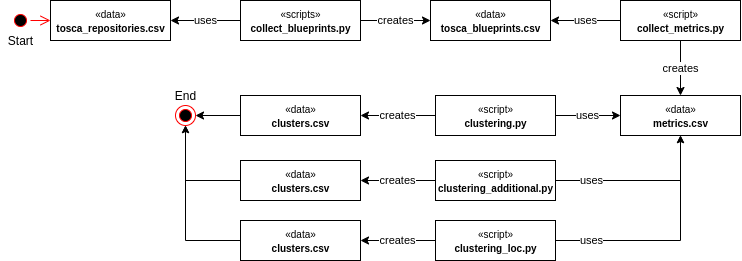
The draw.io diagram pipeline.png in jade-lab/tosca-smells, before a commit. Source tidied: cells renumbered, new cells last; positions are measured from the earlier drawing's top-left corner, leaving out a move shared by most shapes.
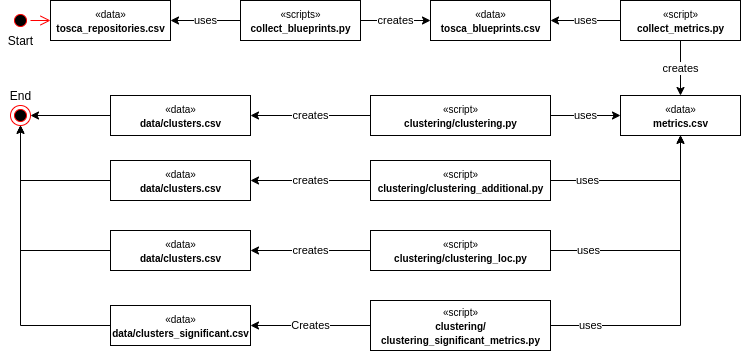
Later version of the same file.

The edit, as a diff of the source:
```diff
@@ -14,8 +14,8 @@
     <mxCell id="5" style="edgeStyle=none;rounded=0;jettySize=auto;html=1;entryX=1;entryY=0.5;entryDx=0;entryDy=0;" parent="1" edge="1" source="6" target="18">
       <mxGeometry relative="1" as="geometry" />
     </mxCell>
-    <mxCell id="6" value="&lt;font style=&quot;font-size: 10px&quot;&gt;«data»&lt;br&gt;&lt;b&gt;clusters.csv&lt;/b&gt;&lt;/font&gt;" style="html=1;" parent="1" vertex="1">
-      <mxGeometry x="240" y="95" width="120" height="40" as="geometry" />
+    <mxCell id="6" value="&lt;font style=&quot;font-size: 10px&quot;&gt;«data»&lt;br&gt;&lt;b&gt;data/clusters.csv&lt;/b&gt;&lt;/font&gt;" style="html=1;" parent="1" vertex="1">
+      <mxGeometry x="110" y="95" width="140" height="40" as="geometry" />
     </mxCell>
     <mxCell id="7" value="uses" style="edgeStyle=none;rounded=0;jettySize=auto;html=1;entryX=1;entryY=0.5;entryDx=0;entryDy=0;" parent="1" edge="1" source="9" target="2">
       <mxGeometry relative="1" as="geometry" />
@@ -41,8 +41,8 @@
     <mxCell id="14" value="creates" style="edgeStyle=none;rounded=0;jettySize=auto;html=1;entryX=1;entryY=0.5;entryDx=0;entryDy=0;" parent="1" edge="1" source="15" target="6">
       <mxGeometry relative="1" as="geometry" />
     </mxCell>
-    <mxCell id="15" value="&lt;font style=&quot;font-size: 10px&quot;&gt;«script»&lt;br&gt;&lt;b&gt;clustering.py&lt;/b&gt;&lt;/font&gt;" style="html=1;" parent="1" vertex="1">
-      <mxGeometry x="435" y="95" width="120" height="40" as="geometry" />
+    <mxCell id="15" value="&lt;font style=&quot;font-size: 10px&quot;&gt;«script»&lt;br&gt;&lt;b&gt;clustering/clustering.py&lt;/b&gt;&lt;/font&gt;" style="html=1;" parent="1" vertex="1">
+      <mxGeometry x="370" y="95" width="180" height="40" as="geometry" />
     </mxCell>
     <mxCell id="16" style="ellipse;html=1;shape=startState;fillColor=#000000;strokeColor=#ff0000;" parent="1" vertex="1">
       <mxGeometry x="10" y="10" width="20" height="20" as="geometry" />
@@ -51,37 +51,37 @@
       <mxGeometry relative="1" as="geometry" />
     </mxCell>
     <mxCell id="18" style="ellipse;html=1;shape=endState;fillColor=#000000;strokeColor=#ff0000;" parent="1" vertex="1">
-      <mxGeometry x="175" y="105" width="20" height="20" as="geometry" />
+      <mxGeometry x="10" y="105" width="20" height="20" as="geometry" />
     </mxCell>
     <mxCell id="19" value="Start" style="text;html=1;align=center;verticalAlign=middle;strokeColor=none;" parent="1" vertex="1">
       <mxGeometry y="30" width="40" height="20" as="geometry" />
     </mxCell>
     <mxCell id="20" value="End" style="text;html=1;align=center;verticalAlign=middle;strokeColor=none;" parent="1" vertex="1">
-      <mxGeometry x="165" y="85" width="40" height="20" as="geometry" />
+      <mxGeometry y="85" width="40" height="20" as="geometry" />
     </mxCell>
     <mxCell id="21" value="uses" style="edgeStyle=orthogonalEdgeStyle;rounded=0;jettySize=auto;html=1;entryX=0.5;entryY=1;entryDx=0;entryDy=0;endSize=5;" parent="1" edge="1" source="22" target="4">
       <mxGeometry x="-0.58" relative="1" as="geometry" />
     </mxCell>
-    <mxCell id="22" value="&lt;font style=&quot;font-size: 10px&quot;&gt;«script»&lt;br&gt;&lt;b&gt;clustering_additional.py&lt;/b&gt;&lt;/font&gt;" style="html=1;" parent="1" vertex="1">
-      <mxGeometry x="435" y="160" width="120" height="40" as="geometry" />
+    <mxCell id="22" value="&lt;font style=&quot;font-size: 10px&quot;&gt;«script»&lt;br&gt;&lt;b&gt;clustering/&lt;/b&gt;&lt;b&gt;clustering_additional.py&lt;/b&gt;&lt;/font&gt;" style="html=1;" parent="1" vertex="1">
+      <mxGeometry x="370" y="160" width="180" height="40" as="geometry" />
     </mxCell>
     <mxCell id="23" value="uses" style="edgeStyle=orthogonalEdgeStyle;rounded=0;jettySize=auto;html=1;entryX=0.5;entryY=1;entryDx=0;entryDy=0;endSize=5;" parent="1" edge="1" source="24" target="4">
       <mxGeometry x="-0.69" relative="1" as="geometry" />
     </mxCell>
-    <mxCell id="24" value="&lt;font style=&quot;font-size: 10px&quot;&gt;«script»&lt;br&gt;&lt;b&gt;clustering_loc.py&lt;/b&gt;&lt;/font&gt;" style="html=1;" parent="1" vertex="1">
-      <mxGeometry x="435" y="220" width="120" height="40" as="geometry" />
+    <mxCell id="24" value="&lt;font style=&quot;font-size: 10px&quot;&gt;«script»&lt;br&gt;&lt;b&gt;clustering/&lt;/b&gt;&lt;b&gt;clustering_loc.py&lt;/b&gt;&lt;/font&gt;" style="html=1;" parent="1" vertex="1">
+      <mxGeometry x="370" y="230" width="180" height="40" as="geometry" />
     </mxCell>
     <mxCell id="25" style="edgeStyle=orthogonalEdgeStyle;rounded=0;jettySize=auto;html=1;entryX=0.5;entryY=1;entryDx=0;entryDy=0;endSize=5;" parent="1" edge="1" source="26" target="18">
       <mxGeometry relative="1" as="geometry" />
     </mxCell>
-    <mxCell id="26" value="&lt;font style=&quot;font-size: 10px&quot;&gt;«data»&lt;br&gt;&lt;b&gt;clusters.csv&lt;/b&gt;&lt;/font&gt;" style="html=1;" parent="1" vertex="1">
-      <mxGeometry x="240" y="160" width="120" height="40" as="geometry" />
+    <mxCell id="26" value="&lt;font style=&quot;font-size: 10px&quot;&gt;«data»&lt;br&gt;&lt;b&gt;data/&lt;/b&gt;&lt;b&gt;clusters.csv&lt;/b&gt;&lt;/font&gt;" style="html=1;" parent="1" vertex="1">
+      <mxGeometry x="110" y="160" width="140" height="40" as="geometry" />
     </mxCell>
     <mxCell id="27" style="edgeStyle=orthogonalEdgeStyle;rounded=0;jettySize=auto;html=1;entryX=0.5;entryY=1;entryDx=0;entryDy=0;endSize=5;" parent="1" edge="1" source="28" target="18">
       <mxGeometry relative="1" as="geometry" />
     </mxCell>
-    <mxCell id="28" value="&lt;font style=&quot;font-size: 10px&quot;&gt;«data»&lt;br&gt;&lt;b&gt;clusters.csv&lt;/b&gt;&lt;/font&gt;" style="html=1;" parent="1" vertex="1">
-      <mxGeometry x="240" y="220" width="120" height="40" as="geometry" />
+    <mxCell id="28" value="&lt;font style=&quot;font-size: 10px&quot;&gt;«data»&lt;br&gt;&lt;b&gt;data/&lt;/b&gt;&lt;b&gt;clusters.csv&lt;/b&gt;&lt;/font&gt;" style="html=1;" parent="1" vertex="1">
+      <mxGeometry x="110" y="230" width="140" height="40" as="geometry" />
     </mxCell>
     <mxCell id="29" value="creates" style="edgeStyle=none;rounded=0;jettySize=auto;html=1;entryX=1;entryY=0.5;entryDx=0;entryDy=0;exitX=0;exitY=0.5;exitDx=0;exitDy=0;" parent="1" edge="1" source="24" target="28">
       <mxGeometry relative="1" as="geometry" />
@@ -89,5 +89,20 @@
     <mxCell id="30" value="creates" style="edgeStyle=none;rounded=0;jettySize=auto;html=1;entryX=1;entryY=0.5;entryDx=0;entryDy=0;exitX=0;exitY=0.5;exitDx=0;exitDy=0;" parent="1" edge="1" source="22" target="26">
       <mxGeometry relative="1" as="geometry" />
     </mxCell>
+    <mxCell id="31" style="edgeStyle=orthogonalEdgeStyle;rounded=0;jettySize=auto;html=1;entryX=0.5;entryY=1;entryDx=0;entryDy=0;" parent="1" edge="1" source="32" target="18">
+      <mxGeometry relative="1" as="geometry" />
+    </mxCell>
+    <mxCell id="32" value="&lt;font style=&quot;font-size: 10px&quot;&gt;«data»&lt;br&gt;&lt;b&gt;data/&lt;/b&gt;&lt;b&gt;clusters_significant.csv&lt;/b&gt;&lt;/font&gt;" style="html=1;" parent="1" vertex="1">
+      <mxGeometry x="110" y="305" width="140" height="40" as="geometry" />
+    </mxCell>
+    <mxCell id="33" value="Creates" style="edgeStyle=orthogonalEdgeStyle;rounded=0;jettySize=auto;html=1;" parent="1" edge="1" source="35" target="32">
+      <mxGeometry relative="1" as="geometry" />
+    </mxCell>
+    <mxCell id="34" value="uses" style="edgeStyle=orthogonalEdgeStyle;rounded=0;jettySize=auto;html=1;" parent="1" edge="1" source="35" target="4">
+      <mxGeometry x="-0.75" relative="1" as="geometry" />
+    </mxCell>
+    <mxCell id="35" value="&lt;font style=&quot;font-size: 10px&quot;&gt;«script»&lt;br&gt;&lt;b&gt;clustering/&lt;br&gt;&lt;/b&gt;&lt;b&gt;clustering_significant_metrics.py&lt;/b&gt;&lt;/font&gt;" style="html=1;" parent="1" vertex="1">
+      <mxGeometry x="370" y="300" width="180" height="50" as="geometry" />
+    </mxCell>
   </root>
 </mxGraphModel>
```
